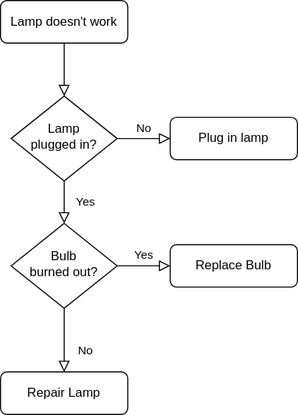
Earlier version of the draw.io export 测试.drawio.svg (Amy-da/test_new). Source tidied: cells renumbered, new cells last; positions are measured from the earlier drawing's top-left corner, leaving out a move shared by most shapes. Source of this version:
```xml
<mxGraphModel>
  <root>
    <mxCell id="0" />
    <mxCell id="1" parent="0" />
    <mxCell id="2" style="rounded=0;html=1;jettySize=auto;fontSize=11;endArrow=block;endFill=0;endSize=8;strokeWidth=1;shadow=0;labelBackgroundColor=none;edgeStyle=orthogonalEdgeStyle;" parent="1" edge="1" source="3" target="6">
      <mxGeometry relative="1" as="geometry" />
    </mxCell>
    <mxCell id="3" value="Lamp doesn't work" style="rounded=1;whiteSpace=wrap;html=1;fontSize=12;glass=0;strokeWidth=1;shadow=0;" parent="1" vertex="1">
      <mxGeometry width="120" height="40" as="geometry" />
    </mxCell>
    <mxCell id="4" value="Yes" style="rounded=0;html=1;jettySize=auto;fontSize=11;endArrow=block;endFill=0;endSize=8;strokeWidth=1;shadow=0;labelBackgroundColor=none;edgeStyle=orthogonalEdgeStyle;" parent="1" edge="1" source="6" target="10">
      <mxGeometry y="20" relative="1" as="geometry" />
    </mxCell>
    <mxCell id="5" value="No" style="edgeStyle=orthogonalEdgeStyle;rounded=0;html=1;jettySize=auto;fontSize=11;endArrow=block;endFill=0;endSize=8;strokeWidth=1;shadow=0;labelBackgroundColor=none;" parent="1" edge="1" source="6" target="7">
      <mxGeometry y="10" relative="1" as="geometry" />
    </mxCell>
    <mxCell id="6" value="Lamp&lt;br&gt;plugged in?" style="rhombus;whiteSpace=wrap;html=1;shadow=0;fontFamily=Helvetica;fontSize=12;align=center;strokeWidth=1;spacing=6;spacingTop=-4;" parent="1" vertex="1">
      <mxGeometry x="10" y="90" width="100" height="80" as="geometry" />
    </mxCell>
    <mxCell id="7" value="Plug in lamp" style="rounded=1;whiteSpace=wrap;html=1;fontSize=12;glass=0;strokeWidth=1;shadow=0;" parent="1" vertex="1">
      <mxGeometry x="160" y="110" width="120" height="40" as="geometry" />
    </mxCell>
    <mxCell id="8" value="No" style="rounded=0;html=1;jettySize=auto;fontSize=11;endArrow=block;endFill=0;endSize=8;strokeWidth=1;shadow=0;labelBackgroundColor=none;edgeStyle=orthogonalEdgeStyle;" parent="1" edge="1" source="10" target="11">
      <mxGeometry x="0.33" y="20" relative="1" as="geometry" />
    </mxCell>
    <mxCell id="9" value="Yes" style="edgeStyle=orthogonalEdgeStyle;rounded=0;html=1;jettySize=auto;fontSize=11;endArrow=block;endFill=0;endSize=8;strokeWidth=1;shadow=0;labelBackgroundColor=none;" parent="1" edge="1" source="10" target="12">
      <mxGeometry y="10" relative="1" as="geometry" />
    </mxCell>
    <mxCell id="10" value="Bulb&lt;br&gt;burned out?" style="rhombus;whiteSpace=wrap;html=1;shadow=0;fontFamily=Helvetica;fontSize=12;align=center;strokeWidth=1;spacing=6;spacingTop=-4;" parent="1" vertex="1">
      <mxGeometry x="10" y="210" width="100" height="80" as="geometry" />
    </mxCell>
    <mxCell id="11" value="Repair Lamp" style="rounded=1;whiteSpace=wrap;html=1;fontSize=12;glass=0;strokeWidth=1;shadow=0;" parent="1" vertex="1">
      <mxGeometry y="350" width="120" height="40" as="geometry" />
    </mxCell>
    <mxCell id="12" value="Replace Bulb" style="rounded=1;whiteSpace=wrap;html=1;fontSize=12;glass=0;strokeWidth=1;shadow=0;" parent="1" vertex="1">
      <mxGeometry x="160" y="230" width="120" height="40" as="geometry" />
    </mxCell>
  </root>
</mxGraphModel>
```
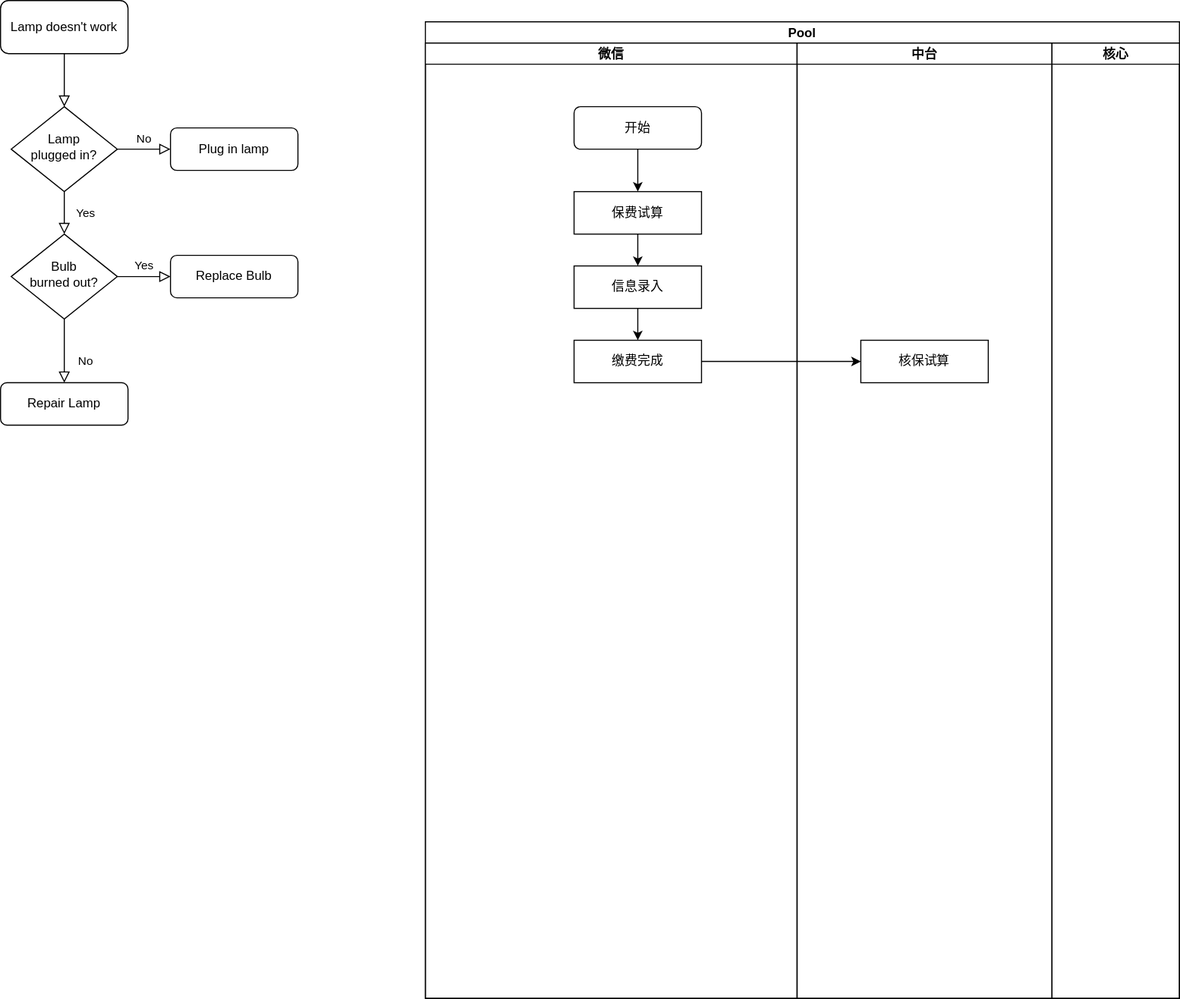
After the change.

Diff of the diagram source:
```diff
@@ -5,8 +5,8 @@
     <mxCell id="2" style="rounded=0;html=1;jettySize=auto;fontSize=11;endArrow=block;endFill=0;endSize=8;strokeWidth=1;shadow=0;labelBackgroundColor=none;edgeStyle=orthogonalEdgeStyle;" parent="1" edge="1" source="3" target="6">
       <mxGeometry relative="1" as="geometry" />
     </mxCell>
-    <mxCell id="3" value="Lamp doesn't work" style="rounded=1;whiteSpace=wrap;html=1;fontSize=12;glass=0;strokeWidth=1;shadow=0;" parent="1" vertex="1">
-      <mxGeometry width="120" height="40" as="geometry" />
+    <mxCell id="3" value="Lamp doesn't work" style="rounded=1;whiteSpace=wrap;html=1;fontSize=12;glass=0;strokeWidth=1;shadow=0;rotation=0;" parent="1" vertex="1">
+      <mxGeometry y="-10" width="120" height="50" as="geometry" />
     </mxCell>
     <mxCell id="4" value="Yes" style="rounded=0;html=1;jettySize=auto;fontSize=11;endArrow=block;endFill=0;endSize=8;strokeWidth=1;shadow=0;labelBackgroundColor=none;edgeStyle=orthogonalEdgeStyle;" parent="1" edge="1" source="6" target="10">
       <mxGeometry y="20" relative="1" as="geometry" />
@@ -35,5 +35,44 @@
     <mxCell id="12" value="Replace Bulb" style="rounded=1;whiteSpace=wrap;html=1;fontSize=12;glass=0;strokeWidth=1;shadow=0;" parent="1" vertex="1">
       <mxGeometry x="160" y="230" width="120" height="40" as="geometry" />
     </mxCell>
+    <mxCell id="13" value="Pool" style="swimlane;startSize=20;" parent="1" vertex="1">
+      <mxGeometry x="400" y="10" width="710" height="920" as="geometry" />
+    </mxCell>
+    <mxCell id="14" value="微信" style="swimlane;startSize=20;" parent="13" vertex="1">
+      <mxGeometry y="20" width="350" height="900" as="geometry" />
+    </mxCell>
+    <mxCell id="15" style="edgeStyle=orthogonalEdgeStyle;rounded=0;jettySize=auto;html=1;exitX=0.5;exitY=1;exitDx=0;exitDy=0;entryX=0.5;entryY=0;entryDx=0;entryDy=0;" parent="14" edge="1" source="16" target="18">
+      <mxGeometry relative="1" as="geometry" />
+    </mxCell>
+    <mxCell id="16" value="开始" style="rounded=1;whiteSpace=wrap;html=1;" parent="14" vertex="1">
+      <mxGeometry x="140" y="60" width="120" height="40" as="geometry" />
+    </mxCell>
+    <mxCell id="17" style="edgeStyle=orthogonalEdgeStyle;rounded=0;jettySize=auto;html=1;exitX=0.5;exitY=1;exitDx=0;exitDy=0;entryX=0.5;entryY=0;entryDx=0;entryDy=0;" parent="14" edge="1" source="18" target="20">
+      <mxGeometry relative="1" as="geometry" />
+    </mxCell>
+    <mxCell id="18" value="保费试算" style="rounded=0;whiteSpace=wrap;html=1;" parent="14" vertex="1">
+      <mxGeometry x="140" y="140" width="120" height="40" as="geometry" />
+    </mxCell>
+    <mxCell id="19" style="edgeStyle=orthogonalEdgeStyle;rounded=0;jettySize=auto;html=1;exitX=0.5;exitY=1;exitDx=0;exitDy=0;entryX=0.5;entryY=0;entryDx=0;entryDy=0;" parent="14" edge="1" source="20" target="21">
+      <mxGeometry relative="1" as="geometry" />
+    </mxCell>
+    <mxCell id="20" value="信息录入" style="rounded=0;whiteSpace=wrap;html=1;" parent="14" vertex="1">
+      <mxGeometry x="140" y="210" width="120" height="40" as="geometry" />
+    </mxCell>
+    <mxCell id="21" value="缴费完成" style="rounded=0;whiteSpace=wrap;html=1;" parent="14" vertex="1">
+      <mxGeometry x="140" y="280" width="120" height="40" as="geometry" />
+    </mxCell>
+    <mxCell id="22" value="中台" style="swimlane;startSize=20;" parent="13" vertex="1">
+      <mxGeometry x="350" y="20" width="240" height="900" as="geometry" />
+    </mxCell>
+    <mxCell id="23" value="核保试算" style="rounded=0;whiteSpace=wrap;html=1;" parent="22" vertex="1">
+      <mxGeometry x="60" y="280" width="120" height="40" as="geometry" />
+    </mxCell>
+    <mxCell id="24" value="核心" style="swimlane;startSize=20;" parent="13" vertex="1">
+      <mxGeometry x="590" y="20" width="120" height="900" as="geometry" />
+    </mxCell>
+    <mxCell id="25" style="edgeStyle=orthogonalEdgeStyle;rounded=0;jettySize=auto;html=1;exitX=1;exitY=0.5;exitDx=0;exitDy=0;entryX=0;entryY=0.5;entryDx=0;entryDy=0;" parent="13" edge="1" source="21" target="23">
+      <mxGeometry relative="1" as="geometry" />
+    </mxCell>
   </root>
 </mxGraphModel>
```
